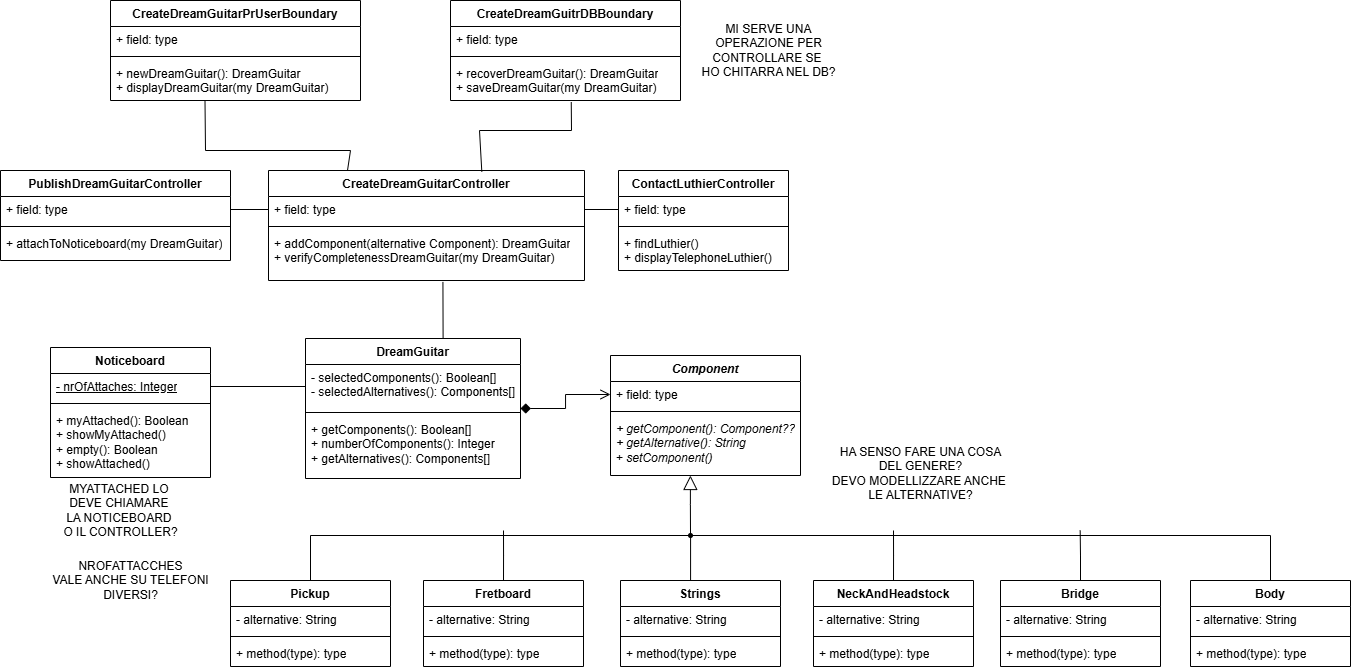
The draw.io diagram BCET.drawio.png in TizianoLilli/ISPW-Project, before a commit. Source tidied: cells renumbered, new cells last; positions are measured from the earlier drawing's top-left corner, leaving out a move shared by most shapes.
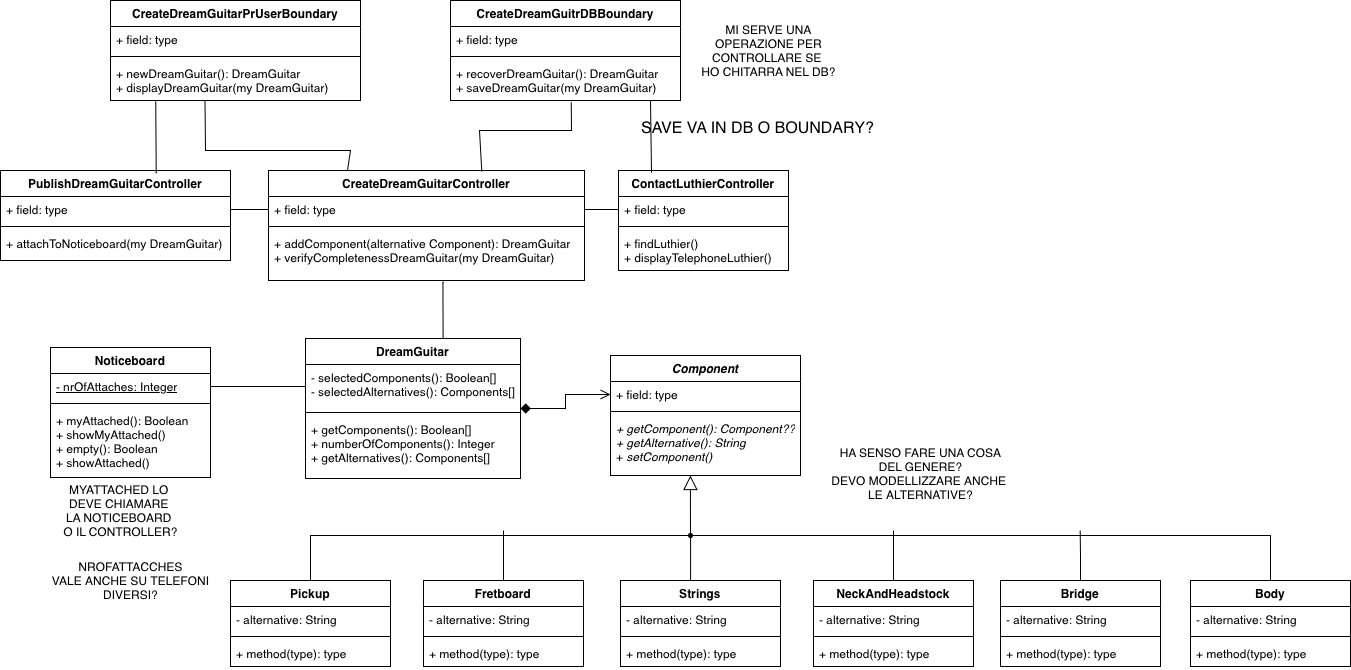
Later version of the same file.

The edit, as a diff of the source:
```diff
@@ -248,5 +248,17 @@
     <mxCell id="75" value="NROFATTACCHES&lt;div&gt;VALE ANCHE SU TELEFONI&lt;/div&gt;&lt;div&gt;DIVERSI?&lt;/div&gt;" style="text;html=1;align=center;verticalAlign=middle;strokeColor=none;fillColor=none;" parent="1" vertex="1">
       <mxGeometry x="40" y="550" width="180" height="60" as="geometry" />
     </mxCell>
+    <mxCell id="76" style="endArrow=none;html=1;rounded=0;fontSize=12;startSize=8;endSize=8;curved=1;entryX=0.181;entryY=1.021;entryDx=0;entryDy=0;entryPerimeter=0;exitX=0.677;exitY=0.032;exitDx=0;exitDy=0;exitPerimeter=0;" parent="1" edge="1" source="22" target="13">
+      <mxGeometry relative="1" as="geometry" />
+    </mxCell>
+    <mxCell id="77" style="endArrow=none;html=1;rounded=0;fontSize=12;startSize=8;endSize=8;curved=1;entryX=0.181;entryY=1.021;entryDx=0;entryDy=0;entryPerimeter=0;exitX=0.677;exitY=0.032;exitDx=0;exitDy=0;exitPerimeter=0;" parent="1" edge="1">
+      <mxGeometry relative="1" as="geometry">
+        <mxPoint x="651" y="172" as="sourcePoint" />
+        <mxPoint x="650" y="100" as="targetPoint" />
+      </mxGeometry>
+    </mxCell>
+    <mxCell id="78" value="SAVE VA IN DB O BOUNDARY?" style="text;html=1;align=center;verticalAlign=middle;strokeColor=none;fillColor=none;fontSize=16;" parent="1" vertex="1">
+      <mxGeometry x="607" y="107" width="300" height="40" as="geometry" />
+    </mxCell>
   </root>
 </mxGraphModel>
```
